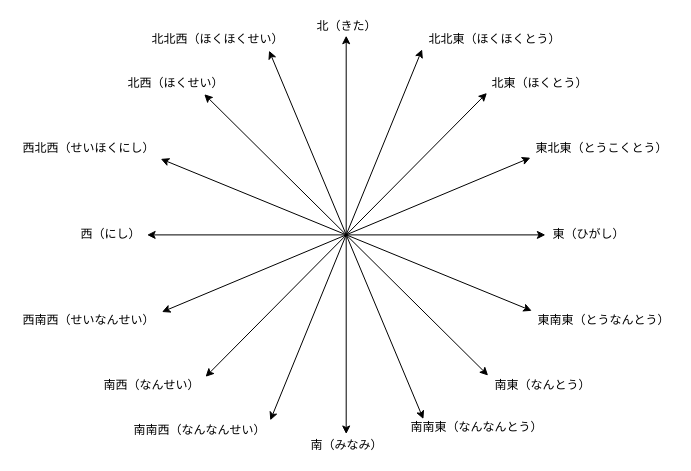
Earlier version of the draw.io diagram page "Page-3" (2 of 2) of assests/japanese-learning-note.drawio (changliu0828/changliu0828.github.io). Source tidied: cells renumbered, new cells numbered last; positions are measured from the earlier drawing's top-left corner, leaving out a move shared by most shapes. Both pictures are drawn from the tidied source at 100%, with x=0, y=0 at pixel (17, 17).
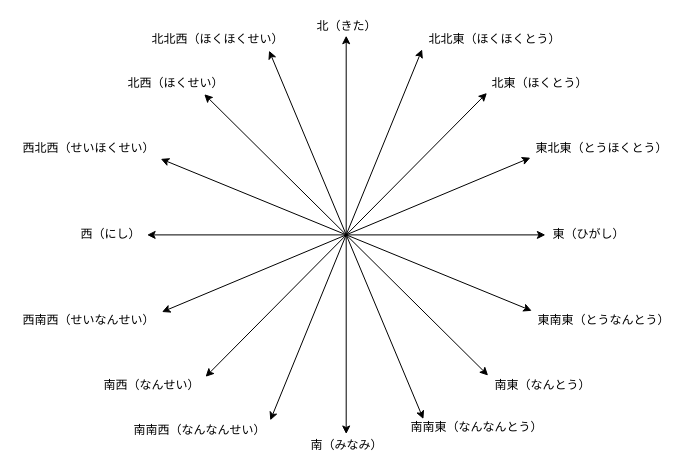
The same diagram, later.

What changed in the source:
```diff
@@
-    <mxCell id="19" value="東北東（とうこくとう）" style="text;html=1;align=center;verticalAlign=middle;strokeColor=none;fillColor=none;" parent="1" vertex="1">
+    <mxCell id="19" value="東北東（とうほくとう）" style="text;html=1;align=center;verticalAlign=middle;strokeColor=none;fillColor=none;" parent="1" vertex="1">
       <mxGeometry x="513" y="122" width="142" height="18" as="geometry" />
     </mxCell>
@@
-    <mxCell id="24" value="西北西（せいほくにし）" style="text;html=1;align=center;verticalAlign=middle;strokeColor=none;fillColor=none;fontStyle=0;" parent="1" vertex="1">
+    <mxCell id="24" value="西北西（せいほくせい）" style="text;html=1;align=center;verticalAlign=middle;strokeColor=none;fillColor=none;fontStyle=0;" parent="1" vertex="1">
       <mxGeometry y="122" width="142" height="18" as="geometry" />
     </mxCell>
```
